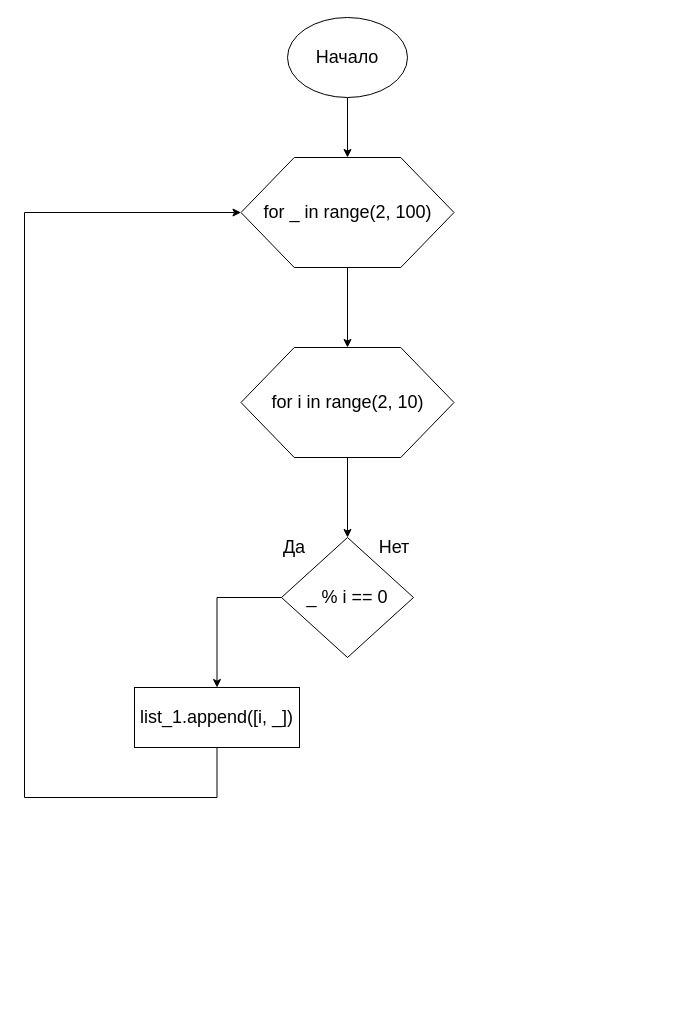
Earlier version of the draw.io diagram GB_Algorythms/HW/Lesson_3.drawio (alex-kalinichenko/misc). Source tidied: cells renumbered, new cells numbered last; positions are measured from the earlier drawing's top-left corner, leaving out a move shared by most shapes. Both pictures are drawn from the tidied source at 100%, with x=0, y=0 at pixel (24, 17).
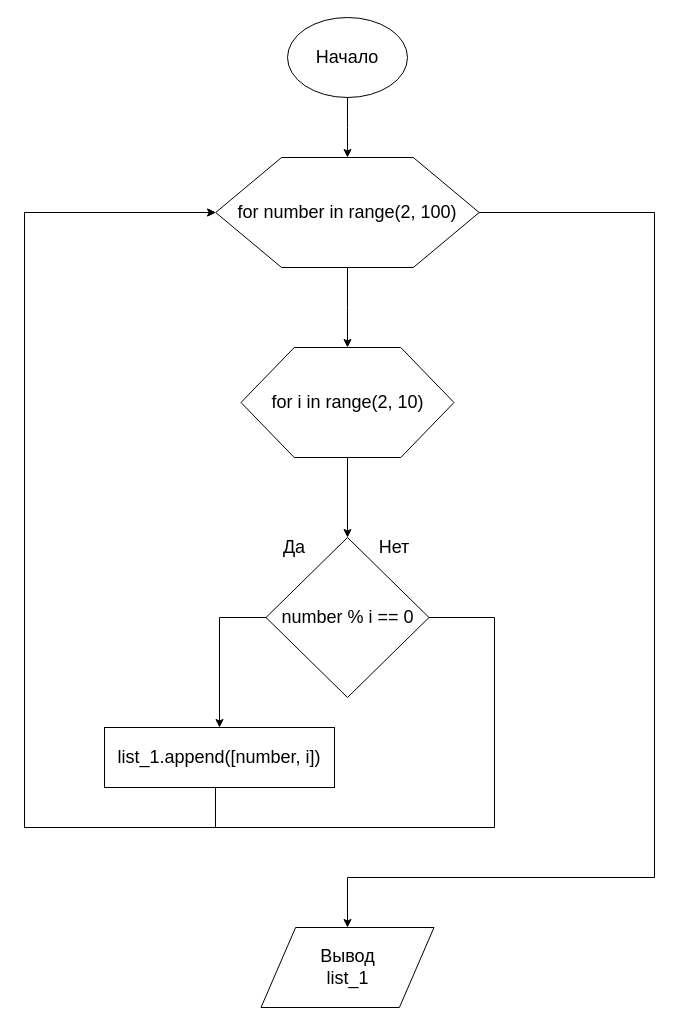
The same page after the edit.

Diff of the diagram source:
```diff
@@
+    <mxCell id="14" style="edgeStyle=orthogonalEdgeStyle;rounded=0;jettySize=auto;html=1;" parent="1" edge="1" source="5" target="16">
+      <mxGeometry relative="1" as="geometry">
+        <Array as="points">
+          <mxPoint x="630" y="195" />
+          <mxPoint x="630" y="860" />
+          <mxPoint x="323" y="860" />
+        </Array>
+      </mxGeometry>
+    </mxCell>
-    <mxCell id="5" value="for _ in range(2, 100)" style="shape=hexagon;perimeter=hexagonPerimeter2;whiteSpace=wrap;html=1;fontSize=18;" parent="1" vertex="1">
-      <mxGeometry x="216.5" y="140" width="213" height="110" as="geometry" />
+    <mxCell id="5" value="for number in range(2, 100)" style="shape=hexagon;perimeter=hexagonPerimeter2;whiteSpace=wrap;html=1;fontSize=18;" parent="1" vertex="1">
+      <mxGeometry x="191.2" y="140" width="263.5" height="110" as="geometry" />
     </mxCell>
@@
     <mxCell id="8" style="edgeStyle=orthogonalEdgeStyle;rounded=0;jettySize=auto;html=1;entryX=0.5;entryY=0;entryDx=0;entryDy=0;" parent="1" edge="1" source="9" target="13">
       <mxGeometry relative="1" as="geometry">
         <Array as="points">
-          <mxPoint x="193" y="580" />
+          <mxPoint x="195" y="600" />
         </Array>
       </mxGeometry>
     </mxCell>
+    <mxCell id="15" style="edgeStyle=orthogonalEdgeStyle;rounded=0;jettySize=auto;html=1;entryX=0;entryY=0.5;entryDx=0;entryDy=0;" parent="1" edge="1" source="9" target="5">
+      <mxGeometry relative="1" as="geometry">
+        <Array as="points">
+          <mxPoint x="470" y="600" />
+          <mxPoint x="470" y="810" />
+          <mxPoint y="810" />
+          <mxPoint y="195" />
+        </Array>
+      </mxGeometry>
+    </mxCell>
-    <mxCell id="9" value="_ % i == 0" style="rhombus;whiteSpace=wrap;html=1;fontSize=18;" parent="1" vertex="1">
-      <mxGeometry x="257" y="520" width="132" height="120" as="geometry" />
+    <mxCell id="9" value="number % i == 0" style="rhombus;whiteSpace=wrap;html=1;fontSize=18;" parent="1" vertex="1">
+      <mxGeometry x="241.5" y="520" width="163" height="160" as="geometry" />
     </mxCell>
@@
-    <mxCell id="12" style="edgeStyle=orthogonalEdgeStyle;rounded=0;jettySize=auto;html=1;entryX=0;entryY=0.5;entryDx=0;entryDy=0;" parent="1" edge="1" source="13" target="5">
+    <mxCell id="12" style="edgeStyle=orthogonalEdgeStyle;rounded=0;jettySize=auto;html=1;entryX=0;entryY=0.5;entryDx=0;entryDy=0;exitX=0.5;exitY=1;exitDx=0;exitDy=0;" parent="1" edge="1" source="13" target="5">
       <mxGeometry relative="1" as="geometry">
         <Array as="points">
-          <mxPoint x="193" y="780" />
-          <mxPoint y="780" />
+          <mxPoint x="195" y="750" />
+          <mxPoint x="191" y="750" />
+          <mxPoint x="191" y="810" />
+          <mxPoint y="810" />
           <mxPoint y="195" />
         </Array>
       </mxGeometry>
     </mxCell>
-    <mxCell id="13" value="list_1.append([i, _])" style="rounded=0;whiteSpace=wrap;html=1;fontSize=18;" parent="1" vertex="1">
-      <mxGeometry x="110" y="670" width="165" height="60" as="geometry" />
+    <mxCell id="13" value="list_1.append([number, i])" style="rounded=0;whiteSpace=wrap;html=1;fontSize=18;" parent="1" vertex="1">
+      <mxGeometry x="80" y="710" width="230" height="60" as="geometry" />
     </mxCell>
+    <mxCell id="16" value="Вывод&lt;br&gt;list_1" style="shape=parallelogram;perimeter=parallelogramPerimeter;whiteSpace=wrap;html=1;fontSize=18;" parent="1" vertex="1">
+      <mxGeometry x="236.5" y="910" width="173" height="80" as="geometry" />
+    </mxCell>
```
